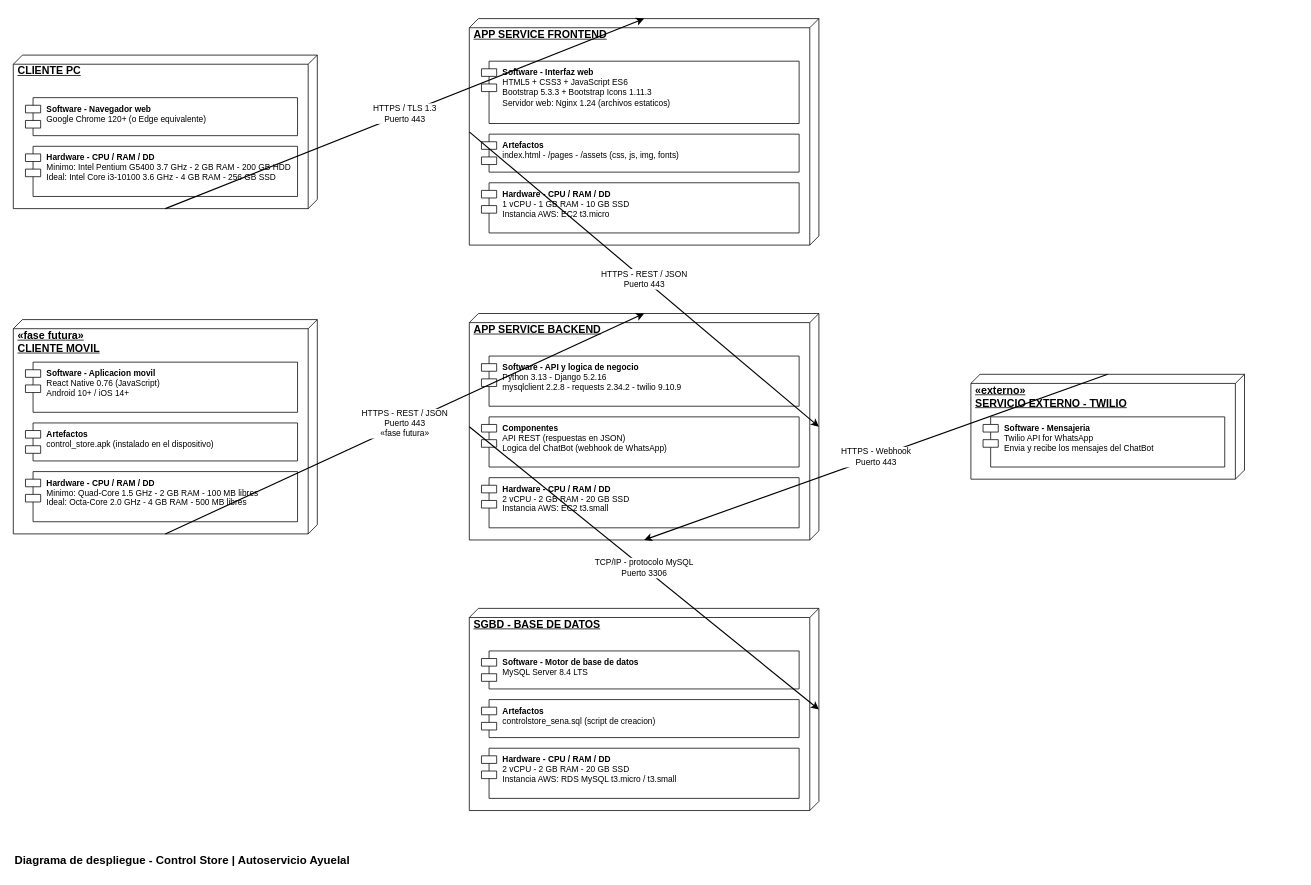
brayangtr13-blip/proyecto_brayan_cs keeps this draw.io diagram as _docs_/trim03/04_diagrama_distribucion/diagrama_despliegue_controlstore.drawio. Above is the earlier version. Source tidied: cells renumbered, new cells numbered last; positions are measured from the earlier drawing's top-left corner, leaving out a move shared by most shapes. Both pictures are drawn from the tidied source at 76%, with x=0, y=0 at pixel (13, 18).
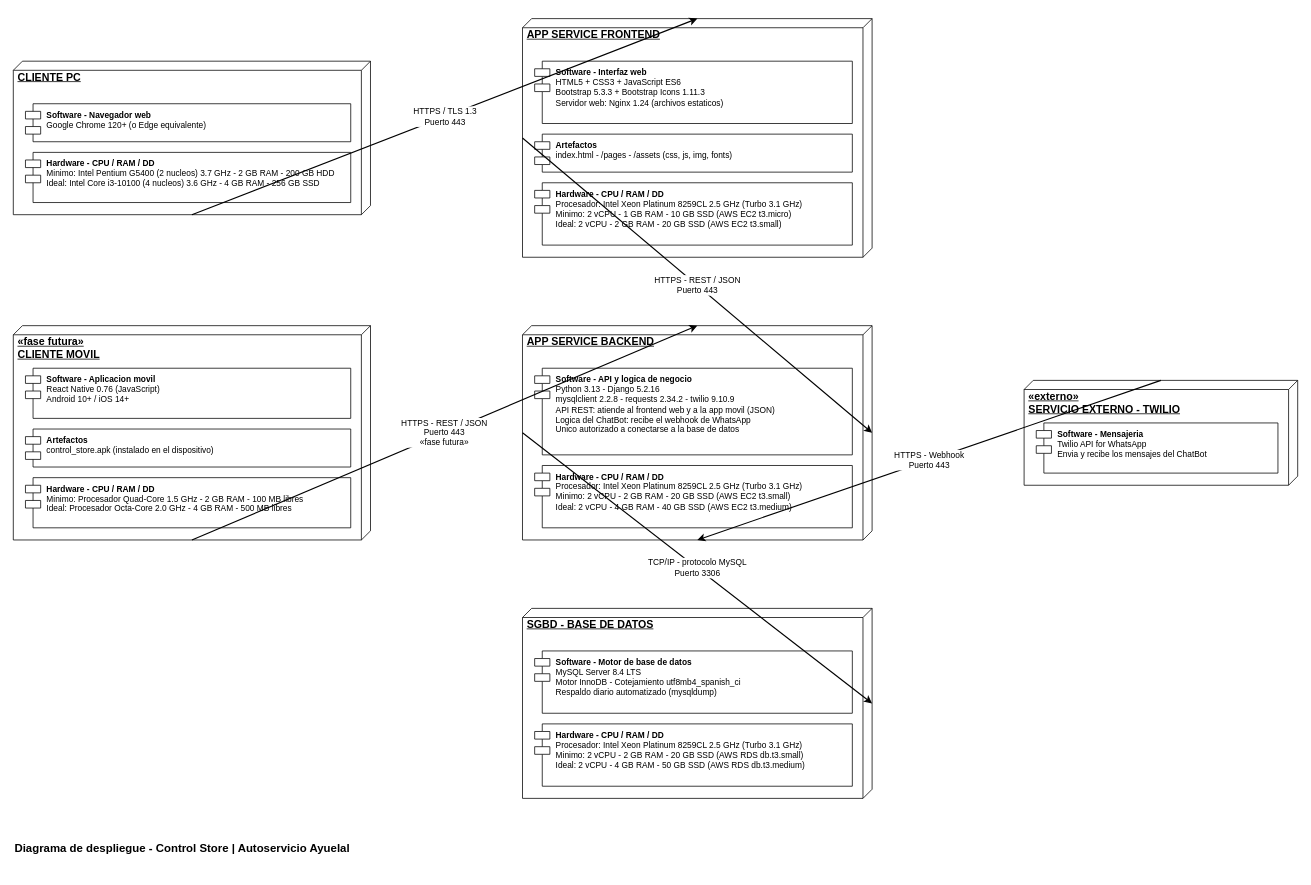
The same page after the edit.

Commit message (it also covers changes not shown here):
docs(trim03): completar especificaciones del diagrama de despliegue

Agrega procesador y velocidad en GHz a todos los nodos con hardware, y los
requisitos ideales que faltaban en frontend, backend y base de datos.

Corrige el numero de vCPU de las instancias t3: micro, small y medium tienen
2 vCPU cada una, no 1. En el cliente PC se indica el numero de nucleos para
justificar que el equipo ideal tenga menos GHz que el minimo.

La API REST y la logica del ChatBot pasan a la seccion de software del
backend, y se retira el artefacto del nodo de base de datos.

Diff of the diagram source:
```diff
@@
     <mxCell id="2" value="CLIENTE PC" style="verticalAlign=top;align=left;spacingTop=6;spacingLeft=4;spacingRight=12;shape=cube;size=12;direction=south;fontStyle=5;fontSize=14;html=1;whiteSpace=wrap;fillColor=#FFFFFF;strokeColor=#000000;fontColor=#000000;" parent="1" vertex="1">
-      <mxGeometry y="48" width="400" height="202" as="geometry" />
+      <mxGeometry y="56" width="470" height="202" as="geometry" />
     </mxCell>
     <mxCell id="3" value="&lt;b&gt;Software - Navegador web&lt;/b&gt;&lt;br&gt;Google Chrome 120+ (o Edge equivalente)" style="shape=module;align=left;spacingLeft=26;verticalAlign=top;spacingTop=2;whiteSpace=wrap;html=1;fontSize=11;fillColor=#FFFFFF;strokeColor=#000000;fontColor=#000000;" parent="1" vertex="1">
-      <mxGeometry x="16" y="104" width="358" height="50" as="geometry" />
+      <mxGeometry x="16" y="112" width="428" height="50" as="geometry" />
     </mxCell>
-    <mxCell id="4" value="&lt;b&gt;Hardware - CPU / RAM / DD&lt;/b&gt;&lt;br&gt;Minimo: Intel Pentium G5400 3.7 GHz - 2 GB RAM - 200 GB HDD&lt;br&gt;Ideal: Intel Core i3-10100 3.6 GHz - 4 GB RAM - 256 GB SSD" style="shape=module;align=left;spacingLeft=26;verticalAlign=top;spacingTop=2;whiteSpace=wrap;html=1;fontSize=11;fillColor=#FFFFFF;strokeColor=#000000;fontColor=#000000;" parent="1" vertex="1">
-      <mxGeometry x="16" y="168" width="358" height="66" as="geometry" />
+    <mxCell id="4" value="&lt;b&gt;Hardware - CPU / RAM / DD&lt;/b&gt;&lt;br&gt;Minimo: Intel Pentium G5400 (2 nucleos) 3.7 GHz - 2 GB RAM - 200 GB HDD&lt;br&gt;Ideal: Intel Core i3-10100 (4 nucleos) 3.6 GHz - 4 GB RAM - 256 GB SSD" style="shape=module;align=left;spacingLeft=26;verticalAlign=top;spacingTop=2;whiteSpace=wrap;html=1;fontSize=11;fillColor=#FFFFFF;strokeColor=#000000;fontColor=#000000;" parent="1" vertex="1">
+      <mxGeometry x="16" y="176" width="428" height="66" as="geometry" />
     </mxCell>
     <mxCell id="5" value="«fase futura»&lt;br&gt;CLIENTE MOVIL" style="verticalAlign=top;align=left;spacingTop=6;spacingLeft=4;spacingRight=12;shape=cube;size=12;direction=south;fontStyle=5;fontSize=14;html=1;whiteSpace=wrap;fillColor=#FFFFFF;strokeColor=#000000;fontColor=#000000;" parent="1" vertex="1">
-      <mxGeometry y="396" width="400" height="282" as="geometry" />
+      <mxGeometry y="404" width="470" height="282" as="geometry" />
     </mxCell>
     <mxCell id="6" value="&lt;b&gt;Software - Aplicacion movil&lt;/b&gt;&lt;br&gt;React Native 0.76 (JavaScript)&lt;br&gt;Android 10+ / iOS 14+" style="shape=module;align=left;spacingLeft=26;verticalAlign=top;spacingTop=2;whiteSpace=wrap;html=1;fontSize=11;fillColor=#FFFFFF;strokeColor=#000000;fontColor=#000000;" parent="1" vertex="1">
-      <mxGeometry x="16" y="452" width="358" height="66" as="geometry" />
+      <mxGeometry x="16" y="460" width="428" height="66" as="geometry" />
     </mxCell>
     <mxCell id="7" value="&lt;b&gt;Artefactos&lt;/b&gt;&lt;br&gt;control_store.apk (instalado en el dispositivo)" style="shape=module;align=left;spacingLeft=26;verticalAlign=top;spacingTop=2;whiteSpace=wrap;html=1;fontSize=11;fillColor=#FFFFFF;strokeColor=#000000;fontColor=#000000;" parent="1" vertex="1">
-      <mxGeometry x="16" y="532" width="358" height="50" as="geometry" />
+      <mxGeometry x="16" y="540" width="428" height="50" as="geometry" />
     </mxCell>
-    <mxCell id="8" value="&lt;b&gt;Hardware - CPU / RAM / DD&lt;/b&gt;&lt;br&gt;Minimo: Quad-Core 1.5 GHz - 2 GB RAM - 100 MB libres&lt;br&gt;Ideal: Octa-Core 2.0 GHz - 4 GB RAM - 500 MB libres" style="shape=module;align=left;spacingLeft=26;verticalAlign=top;spacingTop=2;whiteSpace=wrap;html=1;fontSize=11;fillColor=#FFFFFF;strokeColor=#000000;fontColor=#000000;" parent="1" vertex="1">
-      <mxGeometry x="16" y="596" width="358" height="66" as="geometry" />
+    <mxCell id="8" value="&lt;b&gt;Hardware - CPU / RAM / DD&lt;/b&gt;&lt;br&gt;Minimo: Procesador Quad-Core 1.5 GHz - 2 GB RAM - 100 MB libres&lt;br&gt;Ideal: Procesador Octa-Core 2.0 GHz - 4 GB RAM - 500 MB libres" style="shape=module;align=left;spacingLeft=26;verticalAlign=top;spacingTop=2;whiteSpace=wrap;html=1;fontSize=11;fillColor=#FFFFFF;strokeColor=#000000;fontColor=#000000;" parent="1" vertex="1">
+      <mxGeometry x="16" y="604" width="428" height="66" as="geometry" />
     </mxCell>
     <mxCell id="9" value="APP SERVICE FRONTEND" style="verticalAlign=top;align=left;spacingTop=6;spacingLeft=4;spacingRight=12;shape=cube;size=12;direction=south;fontStyle=5;fontSize=14;html=1;whiteSpace=wrap;fillColor=#FFFFFF;strokeColor=#000000;fontColor=#000000;" parent="1" vertex="1">
-      <mxGeometry x="600" width="460" height="298" as="geometry" />
+      <mxGeometry x="670" width="460" height="314" as="geometry" />
     </mxCell>
     <mxCell id="10" value="&lt;b&gt;Software - Interfaz web&lt;/b&gt;&lt;br&gt;HTML5 + CSS3 + JavaScript ES6&lt;br&gt;Bootstrap 5.3.3 + Bootstrap Icons 1.11.3&lt;br&gt;Servidor web: Nginx 1.24 (archivos estaticos)" style="shape=module;align=left;spacingLeft=26;verticalAlign=top;spacingTop=2;whiteSpace=wrap;html=1;fontSize=11;fillColor=#FFFFFF;strokeColor=#000000;fontColor=#000000;" parent="1" vertex="1">
-      <mxGeometry x="616" y="56" width="418" height="82" as="geometry" />
+      <mxGeometry x="686" y="56" width="418" height="82" as="geometry" />
     </mxCell>
     <mxCell id="11" value="&lt;b&gt;Artefactos&lt;/b&gt;&lt;br&gt;index.html - /pages - /assets (css, js, img, fonts)" style="shape=module;align=left;spacingLeft=26;verticalAlign=top;spacingTop=2;whiteSpace=wrap;html=1;fontSize=11;fillColor=#FFFFFF;strokeColor=#000000;fontColor=#000000;" parent="1" vertex="1">
-      <mxGeometry x="616" y="152" width="418" height="50" as="geometry" />
+      <mxGeometry x="686" y="152" width="418" height="50" as="geometry" />
     </mxCell>
-    <mxCell id="12" value="&lt;b&gt;Hardware - CPU / RAM / DD&lt;/b&gt;&lt;br&gt;1 vCPU - 1 GB RAM - 10 GB SSD&lt;br&gt;Instancia AWS: EC2 t3.micro" style="shape=module;align=left;spacingLeft=26;verticalAlign=top;spacingTop=2;whiteSpace=wrap;html=1;fontSize=11;fillColor=#FFFFFF;strokeColor=#000000;fontColor=#000000;" parent="1" vertex="1">
-      <mxGeometry x="616" y="216" width="418" height="66" as="geometry" />
+    <mxCell id="12" value="&lt;b&gt;Hardware - CPU / RAM / DD&lt;/b&gt;&lt;br&gt;Procesador: Intel Xeon Platinum 8259CL 2.5 GHz (Turbo 3.1 GHz)&lt;br&gt;Minimo: 2 vCPU - 1 GB RAM - 10 GB SSD (AWS EC2 t3.micro)&lt;br&gt;Ideal: 2 vCPU - 2 GB RAM - 20 GB SSD (AWS EC2 t3.small)" style="shape=module;align=left;spacingLeft=26;verticalAlign=top;spacingTop=2;whiteSpace=wrap;html=1;fontSize=11;fillColor=#FFFFFF;strokeColor=#000000;fontColor=#000000;" parent="1" vertex="1">
+      <mxGeometry x="686" y="216" width="418" height="82" as="geometry" />
     </mxCell>
     <mxCell id="13" value="APP SERVICE BACKEND" style="verticalAlign=top;align=left;spacingTop=6;spacingLeft=4;spacingRight=12;shape=cube;size=12;direction=south;fontStyle=5;fontSize=14;html=1;whiteSpace=wrap;fillColor=#FFFFFF;strokeColor=#000000;fontColor=#000000;" parent="1" vertex="1">
-      <mxGeometry x="600" y="388" width="460" height="298" as="geometry" />
+      <mxGeometry x="670" y="404" width="460" height="282" as="geometry" />
     </mxCell>
-    <mxCell id="14" value="&lt;b&gt;Software - API y logica de negocio&lt;/b&gt;&lt;br&gt;Python 3.13 - Django 5.2.16&lt;br&gt;mysqlclient 2.2.8 - requests 2.34.2 - twilio 9.10.9" style="shape=module;align=left;spacingLeft=26;verticalAlign=top;spacingTop=2;whiteSpace=wrap;html=1;fontSize=11;fillColor=#FFFFFF;strokeColor=#000000;fontColor=#000000;" parent="1" vertex="1">
-      <mxGeometry x="616" y="444" width="418" height="66" as="geometry" />
+    <mxCell id="14" value="&lt;b&gt;Software - API y logica de negocio&lt;/b&gt;&lt;br&gt;Python 3.13 - Django 5.2.16&lt;br&gt;mysqlclient 2.2.8 - requests 2.34.2 - twilio 9.10.9&lt;br&gt;API REST: atiende al frontend web y a la app movil (JSON)&lt;br&gt;Logica del ChatBot: recibe el webhook de WhatsApp&lt;br&gt;Unico autorizado a conectarse a la base de datos" style="shape=module;align=left;spacingLeft=26;verticalAlign=top;spacingTop=2;whiteSpace=wrap;html=1;fontSize=11;fillColor=#FFFFFF;strokeColor=#000000;fontColor=#000000;" parent="1" vertex="1">
+      <mxGeometry x="686" y="460" width="418" height="114" as="geometry" />
     </mxCell>
-    <mxCell id="15" value="&lt;b&gt;Componentes&lt;/b&gt;&lt;br&gt;API REST (respuestas en JSON)&lt;br&gt;Logica del ChatBot (webhook de WhatsApp)" style="shape=module;align=left;spacingLeft=26;verticalAlign=top;spacingTop=2;whiteSpace=wrap;html=1;fontSize=11;fillColor=#FFFFFF;strokeColor=#000000;fontColor=#000000;" parent="1" vertex="1">
-      <mxGeometry x="616" y="524" width="418" height="66" as="geometry" />
+    <mxCell id="15" value="&lt;b&gt;Hardware - CPU / RAM / DD&lt;/b&gt;&lt;br&gt;Procesador: Intel Xeon Platinum 8259CL 2.5 GHz (Turbo 3.1 GHz)&lt;br&gt;Minimo: 2 vCPU - 2 GB RAM - 20 GB SSD (AWS EC2 t3.small)&lt;br&gt;Ideal: 2 vCPU - 4 GB RAM - 40 GB SSD (AWS EC2 t3.medium)" style="shape=module;align=left;spacingLeft=26;verticalAlign=top;spacingTop=2;whiteSpace=wrap;html=1;fontSize=11;fillColor=#FFFFFF;strokeColor=#000000;fontColor=#000000;" parent="1" vertex="1">
+      <mxGeometry x="686" y="588" width="418" height="82" as="geometry" />
     </mxCell>
-    <mxCell id="16" value="&lt;b&gt;Hardware - CPU / RAM / DD&lt;/b&gt;&lt;br&gt;2 vCPU - 2 GB RAM - 20 GB SSD&lt;br&gt;Instancia AWS: EC2 t3.small" style="shape=module;align=left;spacingLeft=26;verticalAlign=top;spacingTop=2;whiteSpace=wrap;html=1;fontSize=11;fillColor=#FFFFFF;strokeColor=#000000;fontColor=#000000;" parent="1" vertex="1">
-      <mxGeometry x="616" y="604" width="418" height="66" as="geometry" />
+    <mxCell id="16" value="SGBD - BASE DE DATOS" style="verticalAlign=top;align=left;spacingTop=6;spacingLeft=4;spacingRight=12;shape=cube;size=12;direction=south;fontStyle=5;fontSize=14;html=1;whiteSpace=wrap;fillColor=#FFFFFF;strokeColor=#000000;fontColor=#000000;" parent="1" vertex="1">
+      <mxGeometry x="670" y="776" width="460" height="250" as="geometry" />
     </mxCell>
-    <mxCell id="17" value="SGBD - BASE DE DATOS" style="verticalAlign=top;align=left;spacingTop=6;spacingLeft=4;spacingRight=12;shape=cube;size=12;direction=south;fontStyle=5;fontSize=14;html=1;whiteSpace=wrap;fillColor=#FFFFFF;strokeColor=#000000;fontColor=#000000;" parent="1" vertex="1">
-      <mxGeometry x="600" y="776" width="460" height="266" as="geometry" />
+    <mxCell id="17" value="&lt;b&gt;Software - Motor de base de datos&lt;/b&gt;&lt;br&gt;MySQL Server 8.4 LTS&lt;br&gt;Motor InnoDB - Cotejamiento utf8mb4_spanish_ci&lt;br&gt;Respaldo diario automatizado (mysqldump)" style="shape=module;align=left;spacingLeft=26;verticalAlign=top;spacingTop=2;whiteSpace=wrap;html=1;fontSize=11;fillColor=#FFFFFF;strokeColor=#000000;fontColor=#000000;" parent="1" vertex="1">
+      <mxGeometry x="686" y="832" width="418" height="82" as="geometry" />
     </mxCell>
-    <mxCell id="18" value="&lt;b&gt;Software - Motor de base de datos&lt;/b&gt;&lt;br&gt;MySQL Server 8.4 LTS" style="shape=module;align=left;spacingLeft=26;verticalAlign=top;spacingTop=2;whiteSpace=wrap;html=1;fontSize=11;fillColor=#FFFFFF;strokeColor=#000000;fontColor=#000000;" parent="1" vertex="1">
-      <mxGeometry x="616" y="832" width="418" height="50" as="geometry" />
+    <mxCell id="18" value="&lt;b&gt;Hardware - CPU / RAM / DD&lt;/b&gt;&lt;br&gt;Procesador: Intel Xeon Platinum 8259CL 2.5 GHz (Turbo 3.1 GHz)&lt;br&gt;Minimo: 2 vCPU - 2 GB RAM - 20 GB SSD (AWS RDS db.t3.small)&lt;br&gt;Ideal: 2 vCPU - 4 GB RAM - 50 GB SSD (AWS RDS db.t3.medium)" style="shape=module;align=left;spacingLeft=26;verticalAlign=top;spacingTop=2;whiteSpace=wrap;html=1;fontSize=11;fillColor=#FFFFFF;strokeColor=#000000;fontColor=#000000;" parent="1" vertex="1">
+      <mxGeometry x="686" y="928" width="418" height="82" as="geometry" />
     </mxCell>
-    <mxCell id="19" value="&lt;b&gt;Artefactos&lt;/b&gt;&lt;br&gt;controlstore_sena.sql (script de creacion)" style="shape=module;align=left;spacingLeft=26;verticalAlign=top;spacingTop=2;whiteSpace=wrap;html=1;fontSize=11;fillColor=#FFFFFF;strokeColor=#000000;fontColor=#000000;" parent="1" vertex="1">
-      <mxGeometry x="616" y="896" width="418" height="50" as="geometry" />
+    <mxCell id="19" value="«externo»&lt;br&gt;SERVICIO EXTERNO - TWILIO" style="verticalAlign=top;align=left;spacingTop=6;spacingLeft=4;spacingRight=12;shape=cube;size=12;direction=south;fontStyle=5;fontSize=14;html=1;whiteSpace=wrap;fillColor=#FFFFFF;strokeColor=#000000;fontColor=#000000;" parent="1" vertex="1">
+      <mxGeometry x="1330" y="476" width="360" height="138" as="geometry" />
     </mxCell>
-    <mxCell id="20" value="&lt;b&gt;Hardware - CPU / RAM / DD&lt;/b&gt;&lt;br&gt;2 vCPU - 2 GB RAM - 20 GB SSD&lt;br&gt;Instancia AWS: RDS MySQL t3.micro / t3.small" style="shape=module;align=left;spacingLeft=26;verticalAlign=top;spacingTop=2;whiteSpace=wrap;html=1;fontSize=11;fillColor=#FFFFFF;strokeColor=#000000;fontColor=#000000;" parent="1" vertex="1">
-      <mxGeometry x="616" y="960" width="418" height="66" as="geometry" />
+    <mxCell id="20" value="&lt;b&gt;Software - Mensajeria&lt;/b&gt;&lt;br&gt;Twilio API for WhatsApp&lt;br&gt;Envia y recibe los mensajes del ChatBot" style="shape=module;align=left;spacingLeft=26;verticalAlign=top;spacingTop=2;whiteSpace=wrap;html=1;fontSize=11;fillColor=#FFFFFF;strokeColor=#000000;fontColor=#000000;" parent="1" vertex="1">
+      <mxGeometry x="1346" y="532" width="318" height="66" as="geometry" />
     </mxCell>
-    <mxCell id="21" value="«externo»&lt;br&gt;SERVICIO EXTERNO - TWILIO" style="verticalAlign=top;align=left;spacingTop=6;spacingLeft=4;spacingRight=12;shape=cube;size=12;direction=south;fontStyle=5;fontSize=14;html=1;whiteSpace=wrap;fillColor=#FFFFFF;strokeColor=#000000;fontColor=#000000;" parent="1" vertex="1">
-      <mxGeometry x="1260" y="468" width="360" height="138" as="geometry" />
+    <mxCell id="21" value="HTTPS / TLS 1.3&lt;br&gt;Puerto 443" style="endArrow=classic;html=1;rounded=0;strokeColor=#000000;strokeWidth=1.5;fontSize=11;fontColor=#000000;labelBackgroundColor=#FFFFFF;verticalAlign=middle;align=center;exitX=1;exitY=0.5;exitDx=0;exitDy=0;entryX=0;entryY=0.5;entryDx=0;entryDy=0;" parent="1" edge="1" source="2" target="9">
+      <mxGeometry relative="1" as="geometry" />
     </mxCell>
-    <mxCell id="22" value="&lt;b&gt;Software - Mensajeria&lt;/b&gt;&lt;br&gt;Twilio API for WhatsApp&lt;br&gt;Envia y recibe los mensajes del ChatBot" style="shape=module;align=left;spacingLeft=26;verticalAlign=top;spacingTop=2;whiteSpace=wrap;html=1;fontSize=11;fillColor=#FFFFFF;strokeColor=#000000;fontColor=#000000;" parent="1" vertex="1">
-      <mxGeometry x="1276" y="524" width="318" height="66" as="geometry" />
+    <mxCell id="22" value="HTTPS - REST / JSON&lt;br&gt;Puerto 443" style="endArrow=classic;html=1;rounded=0;strokeColor=#000000;strokeWidth=1.5;fontSize=11;fontColor=#000000;labelBackgroundColor=#FFFFFF;verticalAlign=middle;align=center;exitX=0.5;exitY=1;exitDx=0;exitDy=0;entryX=0.5;entryY=0;entryDx=0;entryDy=0;" parent="1" edge="1" source="9" target="13">
+      <mxGeometry relative="1" as="geometry" />
     </mxCell>
-    <mxCell id="23" value="HTTPS / TLS 1.3&lt;br&gt;Puerto 443" style="endArrow=classic;html=1;rounded=0;strokeColor=#000000;strokeWidth=1.5;fontSize=11;fontColor=#000000;labelBackgroundColor=#FFFFFF;verticalAlign=middle;align=center;exitX=1;exitY=0.5;exitDx=0;exitDy=0;entryX=0;entryY=0.5;entryDx=0;entryDy=0;" parent="1" edge="1" source="2" target="9">
+    <mxCell id="23" value="HTTPS - REST / JSON&lt;br&gt;Puerto 443&lt;br&gt;«fase futura»" style="endArrow=classic;html=1;rounded=0;strokeColor=#000000;strokeWidth=1.5;fontSize=11;fontColor=#000000;labelBackgroundColor=#FFFFFF;verticalAlign=middle;align=center;exitX=1;exitY=0.5;exitDx=0;exitDy=0;entryX=0;entryY=0.5;entryDx=0;entryDy=0;" parent="1" edge="1" source="5" target="13">
       <mxGeometry relative="1" as="geometry" />
     </mxCell>
-    <mxCell id="24" value="HTTPS - REST / JSON&lt;br&gt;Puerto 443" style="endArrow=classic;html=1;rounded=0;strokeColor=#000000;strokeWidth=1.5;fontSize=11;fontColor=#000000;labelBackgroundColor=#FFFFFF;verticalAlign=middle;align=center;exitX=0.5;exitY=1;exitDx=0;exitDy=0;entryX=0.5;entryY=0;entryDx=0;entryDy=0;" parent="1" edge="1" source="9" target="13">
+    <mxCell id="24" value="TCP/IP - protocolo MySQL&lt;br&gt;Puerto 3306" style="endArrow=classic;html=1;rounded=0;strokeColor=#000000;strokeWidth=1.5;fontSize=11;fontColor=#000000;labelBackgroundColor=#FFFFFF;verticalAlign=middle;align=center;exitX=0.5;exitY=1;exitDx=0;exitDy=0;entryX=0.5;entryY=0;entryDx=0;entryDy=0;" parent="1" edge="1" source="13" target="16">
       <mxGeometry relative="1" as="geometry" />
     </mxCell>
-    <mxCell id="25" value="HTTPS - REST / JSON&lt;br&gt;Puerto 443&lt;br&gt;«fase futura»" style="endArrow=classic;html=1;rounded=0;strokeColor=#000000;strokeWidth=1.5;fontSize=11;fontColor=#000000;labelBackgroundColor=#FFFFFF;verticalAlign=middle;align=center;exitX=1;exitY=0.5;exitDx=0;exitDy=0;entryX=0;entryY=0.5;entryDx=0;entryDy=0;" parent="1" edge="1" source="5" target="13">
+    <mxCell id="25" value="HTTPS - Webhook&lt;br&gt;Puerto 443" style="endArrow=classic;html=1;rounded=0;strokeColor=#000000;strokeWidth=1.5;fontSize=11;fontColor=#000000;labelBackgroundColor=#FFFFFF;verticalAlign=middle;align=center;exitX=0;exitY=0.5;exitDx=0;exitDy=0;entryX=1;entryY=0.5;entryDx=0;entryDy=0;" parent="1" edge="1" source="19" target="13">
       <mxGeometry relative="1" as="geometry" />
     </mxCell>
-    <mxCell id="26" value="TCP/IP - protocolo MySQL&lt;br&gt;Puerto 3306" style="endArrow=classic;html=1;rounded=0;strokeColor=#000000;strokeWidth=1.5;fontSize=11;fontColor=#000000;labelBackgroundColor=#FFFFFF;verticalAlign=middle;align=center;exitX=0.5;exitY=1;exitDx=0;exitDy=0;entryX=0.5;entryY=0;entryDx=0;entryDy=0;" parent="1" edge="1" source="13" target="17">
-      <mxGeometry relative="1" as="geometry" />
-    </mxCell>
-    <mxCell id="27" value="HTTPS - Webhook&lt;br&gt;Puerto 443" style="endArrow=classic;html=1;rounded=0;strokeColor=#000000;strokeWidth=1.5;fontSize=11;fontColor=#000000;labelBackgroundColor=#FFFFFF;verticalAlign=middle;align=center;exitX=0;exitY=0.5;exitDx=0;exitDy=0;entryX=1;entryY=0.5;entryDx=0;entryDy=0;" parent="1" edge="1" source="21" target="13">
-      <mxGeometry relative="1" as="geometry" />
-    </mxCell>
     <mxCell id="28" value="&lt;b&gt;Diagrama de despliegue - Control Store | Autoservicio Ayuelal&lt;/b&gt;" style="text;html=1;align=left;verticalAlign=middle;fontSize=15;fontColor=#000000;" parent="1" vertex="1">
-      <mxGeometry y="1092" width="1620" height="30" as="geometry" />
+      <mxGeometry y="1076" width="1690" height="30" as="geometry" />
     </mxCell>
```
